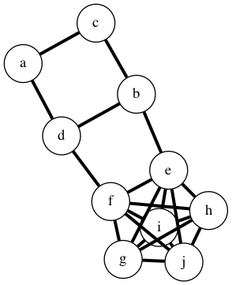
This is program/sales/Graph.gv.png from eiskry/info_vis, a Graphviz export, as it was before one commit. Its source is kept beside it as program/sales/Graph.gv.
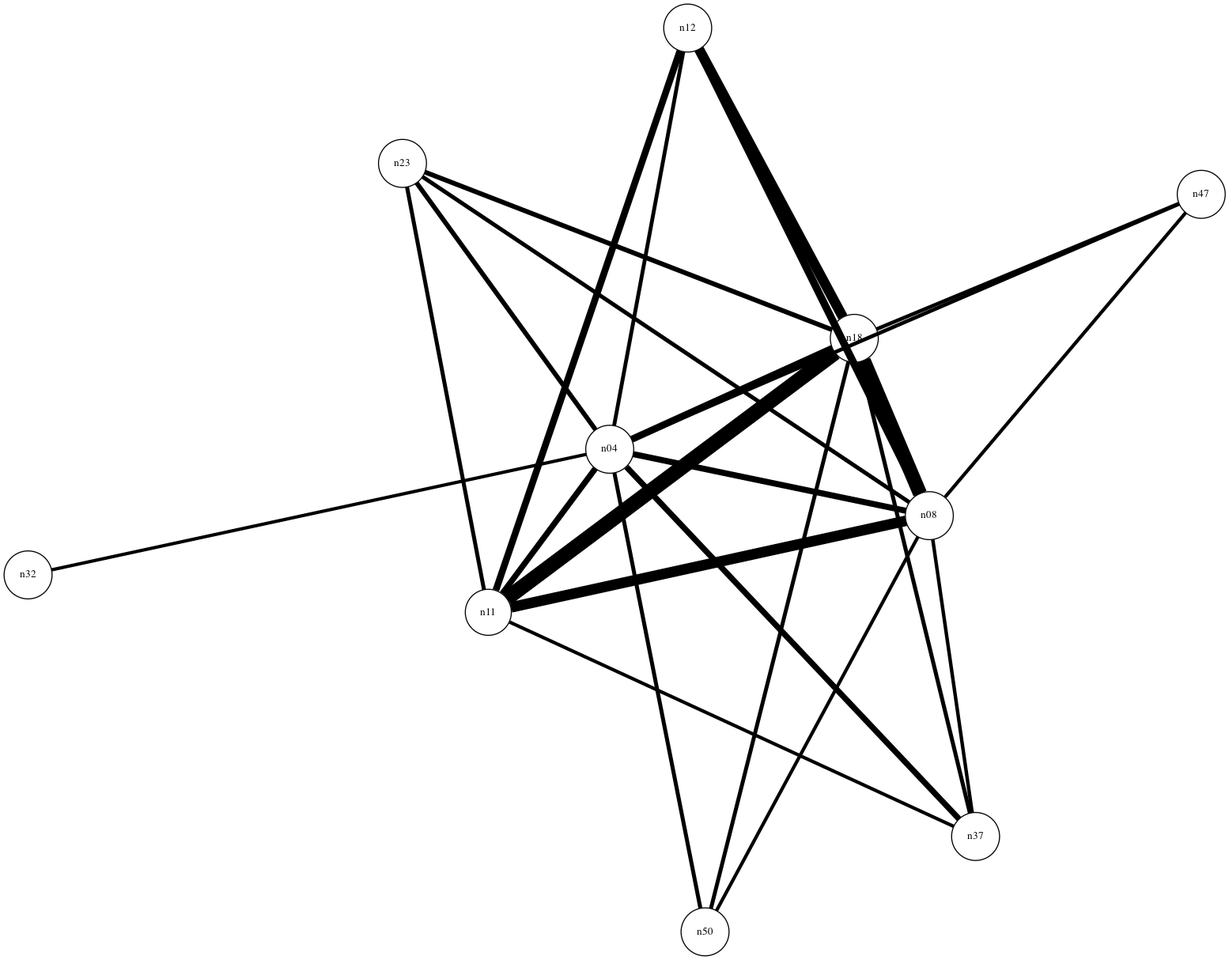
Later version of the same file.

The edit, as a diff of the source:
```diff
@@ -1,24 +1,28 @@
 graph {
-	node [coler=black shape=circle]
-	a -- c [penwidth=3]
-	a -- d [penwidth=3]
-	b -- e [penwidth=3]
-	c -- b [penwidth=3]
-	d -- b [penwidth=3]
-	d -- f [penwidth=3]
-	f -- e [penwidth=3]
-	f -- g [penwidth=3]
-	f -- h [penwidth=3]
-	f -- i [penwidth=3]
-	f -- j [penwidth=3]
-	g -- e [penwidth=3]
-	h -- e [penwidth=3]
-	h -- g [penwidth=3]
-	h -- i [penwidth=3]
-	h -- j [penwidth=3]
-	i -- e [penwidth=3]
-	i -- g [penwidth=3]
-	j -- e [penwidth=3]
-	j -- g [penwidth=3]
-	j -- i [penwidth=3]
+	node [coler=black fontsize=10 shape=circle width=0.02]
+	n04 -- n08 [len=6 penwidth=5.75]
+	n04 -- n11 [len=6 penwidth=5.6]
+	n04 -- n12 [len=6 penwidth=3.66]
+	n04 -- n18 [len=6 penwidth=6.63]
+	n04 -- n23 [len=6 penwidth=4.46]
+	n04 -- n32 [len=6 penwidth=3.12]
+	n04 -- n47 [len=6 penwidth=3.6]
+	n04 -- n50 [len=6 penwidth=3.78]
+	n08 -- n11 [len=6 penwidth=10.06]
+	n08 -- n12 [len=6 penwidth=7.18]
+	n08 -- n18 [len=6 penwidth=13.41]
+	n08 -- n23 [len=6 penwidth=3.88]
+	n08 -- n47 [len=6 penwidth=3.27]
+	n08 -- n50 [len=6 penwidth=3.23]
+	n11 -- n12 [len=6 penwidth=6.44]
+	n18 -- n11 [len=6 penwidth=14.06]
+	n18 -- n12 [len=6 penwidth=9.6]
+	n18 -- n47 [len=6 penwidth=3.54]
+	n18 -- n50 [len=6 penwidth=3.74]
+	n23 -- n11 [len=6 penwidth=3.79]
+	n23 -- n18 [len=6 penwidth=4.54]
+	n37 -- n04 [len=6 penwidth=5.58]
+	n37 -- n08 [len=6 penwidth=3.32]
+	n37 -- n11 [len=6 penwidth=3.24]
+	n37 -- n18 [len=6 penwidth=3.83]
 }
```
